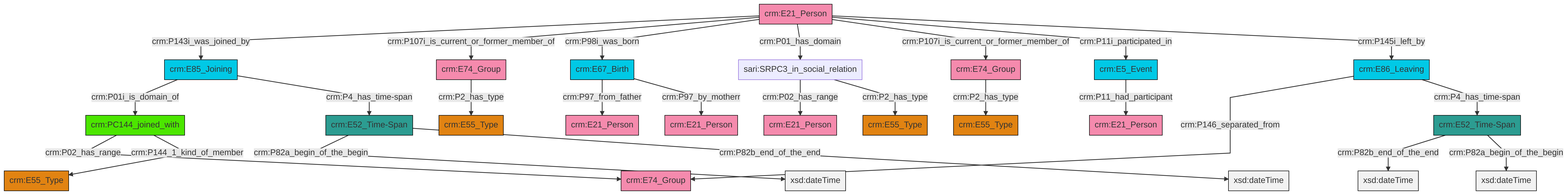
Earlier version of the Mermaid export et/personCSV/ttl/mmd/png/Person_Actor_Relations.png (swiss-art-research-net/docs.swissartresearch). Its source is kept beside it as et/personCSV/ttl/mmd/Person_Actor_Relations.ttl.mmd.
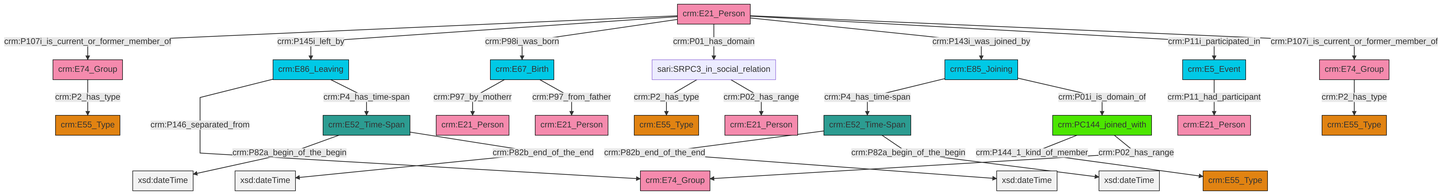
Above is the later version.

Change to the diagram source:
```diff
@@ -14,26 +14,26 @@
 classDef Multi fill:#cccccc,stroke:#000000;
 
 0["crm:E86_Leaving"]:::Temporal_Entity -->|crm:P146_separated_from| 1["crm:E74_Group"]:::Actor
-2["sari:SRPC3_in_social_relation"]:::Default -->|crm:P02_has_range| 3["crm:E21_Person"]:::Actor
-6["crm:E21_Person"]:::Actor -->|crm:P143i_was_joined_by| 7["crm:E85_Joining"]:::Temporal_Entity
-8["crm:E74_Group"]:::Actor -->|crm:P2_has_type| 9["crm:E55_Type"]:::Type
+2["crm:E67_Birth"]:::Temporal_Entity -->|crm:P97_by_motherr| 3["crm:E21_Person"]:::Actor
+4["crm:E85_Joining"]:::Temporal_Entity -->|crm:P4_has_time-span| 5["crm:E52_Time-Span"]:::Time-Span
+6["crm:E21_Person"]:::Actor -->|crm:P107i_is_current_or_former_member_of| 7["crm:E74_Group"]:::Actor
+6["crm:E21_Person"]:::Actor -->|crm:P145i_left_by| 0["crm:E86_Leaving"]:::Temporal_Entity
+6["crm:E21_Person"]:::Actor -->|crm:P98i_was_born| 2["crm:E67_Birth"]:::Temporal_Entity
+10["crm:E52_Time-Span"]:::Time-Span -->|crm:P82a_begin_of_the_begin| 11[xsd:dateTime]:::Literal
+16["crm:E5_Event"]:::Temporal_Entity -->|crm:P11_had_participant| 17["crm:E21_Person"]:::Actor
+18["sari:SRPC3_in_social_relation"]:::Default -->|crm:P2_has_type| 19["crm:E55_Type"]:::Type
+6["crm:E21_Person"]:::Actor -->|crm:P01_has_domain| 18["sari:SRPC3_in_social_relation"]:::Default
+8["crm:E74_Group"]:::Actor -->|crm:P2_has_type| 12["crm:E55_Type"]:::Type
+14["crm:PC144_joined_with"]:::PC_Classes -->|crm:P144_1_kind_of_member| 21["crm:E55_Type"]:::Type
+7["crm:E74_Group"]:::Actor -->|crm:P2_has_type| 23["crm:E55_Type"]:::Type
+6["crm:E21_Person"]:::Actor -->|crm:P143i_was_joined_by| 4["crm:E85_Joining"]:::Temporal_Entity
+18["sari:SRPC3_in_social_relation"]:::Default -->|crm:P02_has_range| 27["crm:E21_Person"]:::Actor
+5["crm:E52_Time-Span"]:::Time-Span -->|crm:P82b_end_of_the_end| 31[xsd:dateTime]:::Literal
+10["crm:E52_Time-Span"]:::Time-Span -->|crm:P82b_end_of_the_end| 33[xsd:dateTime]:::Literal
+6["crm:E21_Person"]:::Actor -->|crm:P11i_participated_in| 16["crm:E5_Event"]:::Temporal_Entity
+0["crm:E86_Leaving"]:::Temporal_Entity -->|crm:P4_has_time-span| 10["crm:E52_Time-Span"]:::Time-Span
+4["crm:E85_Joining"]:::Temporal_Entity -->|crm:P01i_is_domain_of| 14["crm:PC144_joined_with"]:::PC_Classes
+2["crm:E67_Birth"]:::Temporal_Entity -->|crm:P97_from_father| 37["crm:E21_Person"]:::Actor
 6["crm:E21_Person"]:::Actor -->|crm:P107i_is_current_or_former_member_of| 8["crm:E74_Group"]:::Actor
-6["crm:E21_Person"]:::Actor -->|crm:P98i_was_born| 16["crm:E67_Birth"]:::Temporal_Entity
-17["crm:E74_Group"]:::Actor -->|crm:P2_has_type| 14["crm:E55_Type"]:::Type
-7["crm:E85_Joining"]:::Temporal_Entity -->|crm:P01i_is_domain_of| 18["crm:PC144_joined_with"]:::PC_Classes
-18["crm:PC144_joined_with"]:::PC_Classes -->|crm:P02_has_range| 1["crm:E74_Group"]:::Actor
-16["crm:E67_Birth"]:::Temporal_Entity -->|crm:P97_from_father| 22["crm:E21_Person"]:::Actor
-6["crm:E21_Person"]:::Actor -->|crm:P01_has_domain| 2["sari:SRPC3_in_social_relation"]:::Default
-6["crm:E21_Person"]:::Actor -->|crm:P107i_is_current_or_former_member_of| 17["crm:E74_Group"]:::Actor
-16["crm:E67_Birth"]:::Temporal_Entity -->|crm:P97_by_motherr| 20["crm:E21_Person"]:::Actor
-24["crm:E52_Time-Span"]:::Time-Span -->|crm:P82a_begin_of_the_begin| 26[xsd:dateTime]:::Literal
-4["crm:E52_Time-Span"]:::Time-Span -->|crm:P82b_end_of_the_end| 30[xsd:dateTime]:::Literal
-18["crm:PC144_joined_with"]:::PC_Classes -->|crm:P144_1_kind_of_member| 10["crm:E55_Type"]:::Type
-12["crm:E5_Event"]:::Temporal_Entity -->|crm:P11_had_participant| 31["crm:E21_Person"]:::Actor
-24["crm:E52_Time-Span"]:::Time-Span -->|crm:P82b_end_of_the_end| 38[xsd:dateTime]:::Literal
-4["crm:E52_Time-Span"]:::Time-Span -->|crm:P82a_begin_of_the_begin| 39[xsd:dateTime]:::Literal
-2["sari:SRPC3_in_social_relation"]:::Default -->|crm:P2_has_type| 33["crm:E55_Type"]:::Type
-0["crm:E86_Leaving"]:::Temporal_Entity -->|crm:P4_has_time-span| 4["crm:E52_Time-Span"]:::Time-Span
-6["crm:E21_Person"]:::Actor -->|crm:P11i_participated_in| 12["crm:E5_Event"]:::Temporal_Entity
-6["crm:E21_Person"]:::Actor -->|crm:P145i_left_by| 0["crm:E86_Leaving"]:::Temporal_Entity
-7["crm:E85_Joining"]:::Temporal_Entity -->|crm:P4_has_time-span| 24["crm:E52_Time-Span"]:::Time-Span
+14["crm:PC144_joined_with"]:::PC_Classes -->|crm:P02_has_range| 1["crm:E74_Group"]:::Actor
+5["crm:E52_Time-Span"]:::Time-Span -->|crm:P82a_begin_of_the_begin| 46[xsd:dateTime]:::Literal
```
